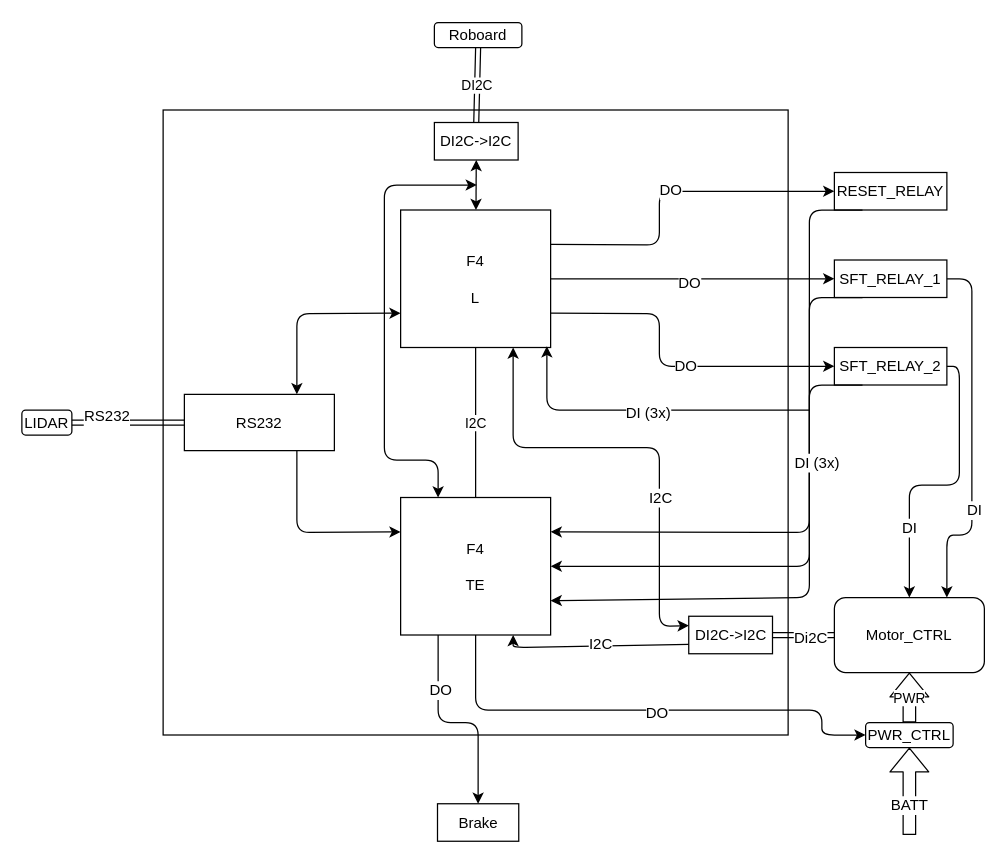
basvuijk/blynk-server keeps this draw.io diagram as safety_system.drawio. Above is the earlier version. Source tidied: cells renumbered, new cells numbered last; positions are measured from the earlier drawing's top-left corner, leaving out a move shared by most shapes. Both pictures are drawn from the tidied source at 125%, with x=0, y=0 at pixel (21, 21).
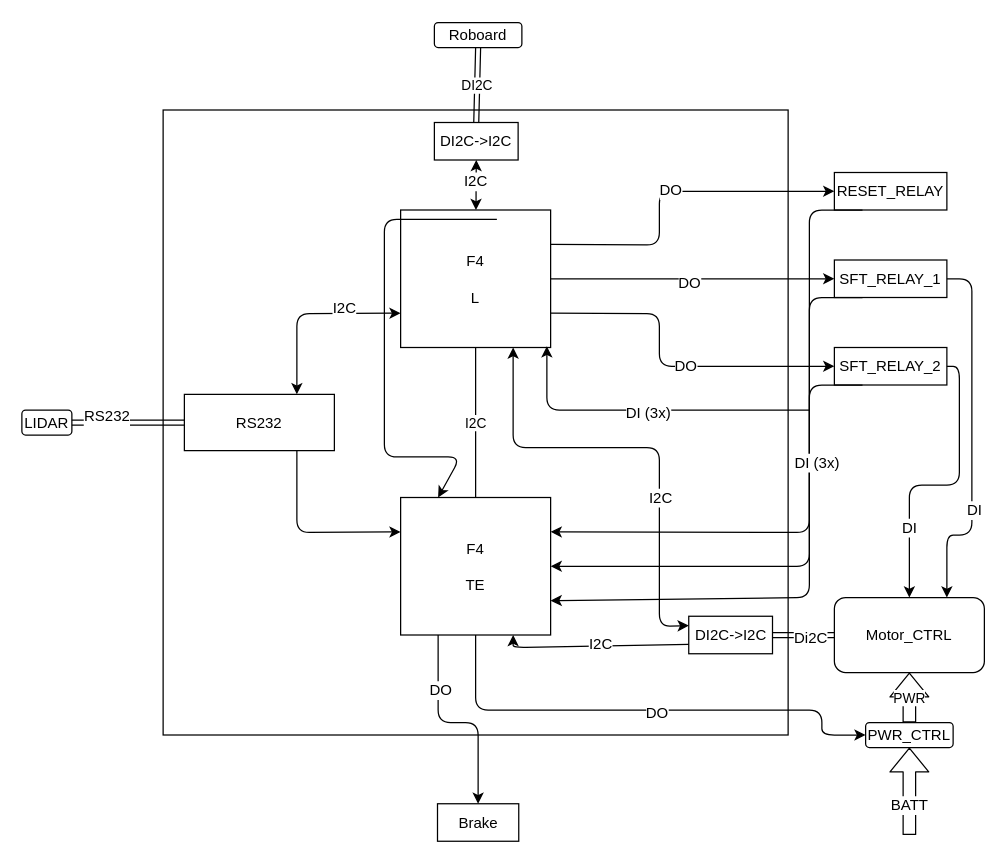
Above is the later version.

The change refers to these unchanged cells:
```xml
<mxCell id="4" value="F4&lt;br&gt;&lt;br&gt;TE" style="rounded=0;whiteSpace=wrap;html=1;" parent="1" vertex="1">
  <mxGeometry x="303" y="380.5" width="120" height="110" as="geometry" />
</mxCell>
<mxCell id="25" style="endArrow=classic;startArrow=classic;html=1;entryX=0.5;entryY=1;entryDx=0;entryDy=0;" parent="1" edge="1" source="3" target="24">
  <mxGeometry relative="1" as="geometry" />
</mxCell>
```

What changed in the source:
```diff
@@
-    <mxCell id="26" style="endArrow=classic;startArrow=classic;html=1;exitX=0.25;exitY=0;exitDx=0;exitDy=0;" parent="1" edge="1" source="4">
-      <mxGeometry relative="1" as="geometry">
-        <mxPoint x="364" y="130.5" as="targetPoint" />
-        <Array as="points">
-          <mxPoint x="333" y="350.5" />
-          <mxPoint x="290" y="350.5" />
-          <mxPoint x="290" y="130.5" />
-          <mxPoint x="320" y="130.5" />
-        </Array>
-      </mxGeometry>
-    </mxCell>
+    <mxCell id="54" value="I2C" style="text;html=1;align=center;verticalAlign=middle;labelBackgroundColor=#ffffff;" parent="25" vertex="1">
+      <mxGeometry x="0.17" y="1" relative="1" as="geometry" />
+    </mxCell>
@@
+    <mxCell id="55" style="endArrow=classic;html=1;entryX=0.25;entryY=0;entryDx=0;entryDy=0;" parent="1" edge="1" target="4">
+      <mxGeometry relative="1" as="geometry">
+        <mxPoint x="380" y="158" as="sourcePoint" />
+        <Array as="points">
+          <mxPoint x="290" y="158" />
+          <mxPoint x="290" y="348" />
+          <mxPoint x="351" y="348" />
+        </Array>
+      </mxGeometry>
+    </mxCell>
+    <mxCell id="56" value="I2C" style="text;html=1;align=center;verticalAlign=middle;labelBackgroundColor=#ffffff;" parent="55" vertex="1">
+      <mxGeometry x="-0.54" y="35" relative="1" as="geometry">
+        <mxPoint x="-36" y="35" as="offset" />
+      </mxGeometry>
+    </mxCell>
```
